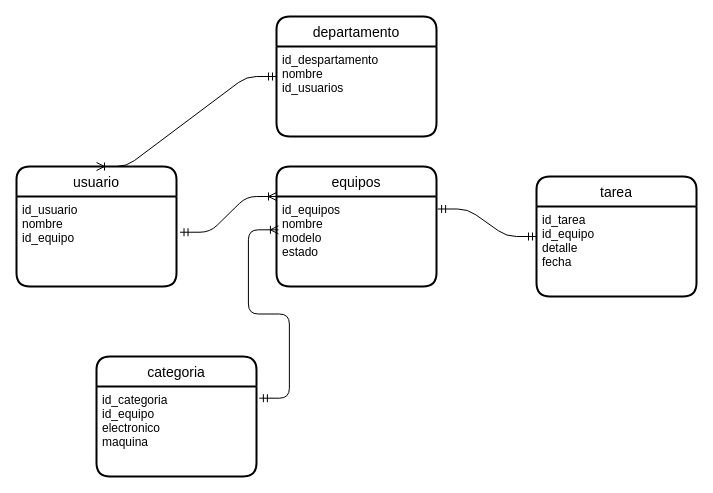
The draw.io diagram Proyecto/proyecto.drawio in alexyugcha1992/BDD_ayugcha, before the edit. Source tidied: cells renumbered, new cells numbered last; positions are measured from the earlier drawing's top-left corner, leaving out a move shared by most shapes. Both pictures are drawn from the tidied source at 100%, with x=0, y=0 at pixel (16, 16).
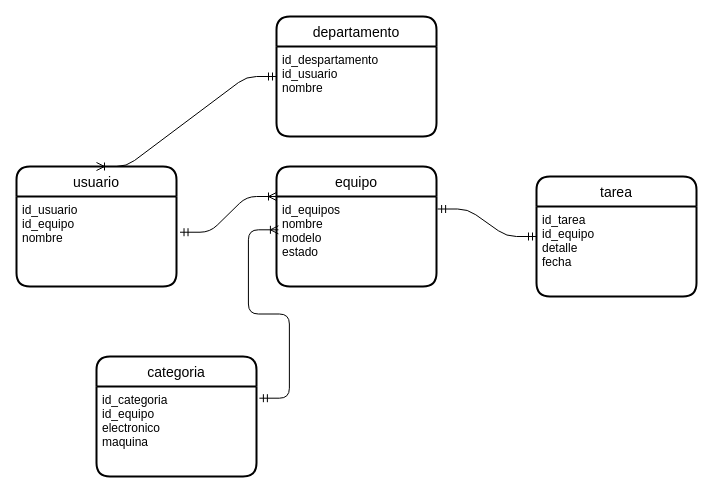
Above is the later version.

Commit message:
avance_proyecto

The edit, as a diff of the source:
```diff
@@
 <mxGraphModel>
   <root>
     <mxCell id="0" />
     <mxCell id="1" parent="0" />
     <mxCell id="2" value="departamento" style="swimlane;horizontal=1;startSize=30;rounded=1;fontSize=14;fontStyle=0;strokeWidth=2;shadow=0;dashed=0;align=center;" parent="1" vertex="1">
       <mxGeometry x="260" width="160" height="120" as="geometry" />
     </mxCell>
-    <mxCell id="3" value="id_despartamento&#10;nombre&#10;id_usuarios" style="align=left;strokeColor=none;fillColor=none;spacingLeft=4;fontSize=12;verticalAlign=top;" parent="2" vertex="1">
+    <mxCell id="3" value="id_despartamento&#10;id_usuario&#10;nombre" style="align=left;strokeColor=none;fillColor=none;spacingLeft=4;fontSize=12;verticalAlign=top;" parent="2" vertex="1">
       <mxGeometry y="30" width="160" height="90" as="geometry" />
     </mxCell>
-    <mxCell id="4" value="equipos" style="swimlane;horizontal=1;startSize=30;rounded=1;fontSize=14;fontStyle=0;strokeWidth=2;shadow=0;dashed=0;align=center;" parent="1" vertex="1">
+    <mxCell id="4" value="equipo" style="swimlane;horizontal=1;startSize=30;rounded=1;fontSize=14;fontStyle=0;strokeWidth=2;shadow=0;dashed=0;align=center;" parent="1" vertex="1">
       <mxGeometry x="260" y="150" width="160" height="120" as="geometry" />
     </mxCell>
     <mxCell id="5" value="id_equipos&#10;nombre&#10;modelo&#10;estado" style="align=left;strokeColor=none;fillColor=none;spacingLeft=4;fontSize=12;verticalAlign=top;" parent="4" vertex="1">
       <mxGeometry y="30" width="160" height="90" as="geometry" />
     </mxCell>
     <mxCell id="6" value="usuario" style="swimlane;horizontal=1;startSize=30;rounded=1;fontSize=14;fontStyle=0;strokeWidth=2;shadow=0;dashed=0;align=center;" parent="1" vertex="1">
       <mxGeometry y="150" width="160" height="120" as="geometry" />
     </mxCell>
-    <mxCell id="7" value="id_usuario&#10;nombre&#10;id_equipo" style="align=left;strokeColor=none;fillColor=none;spacingLeft=4;fontSize=12;verticalAlign=top;" parent="6" vertex="1">
+    <mxCell id="7" value="id_usuario&#10;id_equipo&#10;nombre" style="align=left;strokeColor=none;fillColor=none;spacingLeft=4;fontSize=12;verticalAlign=top;" parent="6" vertex="1">
       <mxGeometry y="30" width="160" height="90" as="geometry" />
     </mxCell>
     <mxCell id="8" value="tarea" style="swimlane;horizontal=1;startSize=30;rounded=1;fontSize=14;fontStyle=0;strokeWidth=2;shadow=0;dashed=0;align=center;" parent="1" vertex="1">
       <mxGeometry x="520" y="160" width="160" height="120" as="geometry" />
     </mxCell>
     <mxCell id="9" value="id_tarea&#10;id_equipo&#10;detalle&#10;fecha" style="align=left;strokeColor=none;fillColor=none;spacingLeft=4;fontSize=12;verticalAlign=top;" parent="8" vertex="1">
       <mxGeometry y="30" width="160" height="90" as="geometry" />
     </mxCell>
     <mxCell id="10" value="categoria" style="swimlane;horizontal=1;startSize=30;rounded=1;fontSize=14;fontStyle=0;strokeWidth=2;shadow=0;dashed=0;align=center;" parent="1" vertex="1">
       <mxGeometry x="80" y="340" width="160" height="120" as="geometry" />
     </mxCell>
     <mxCell id="11" value="id_categoria&#10;id_equipo&#10;electronico&#10;maquina&#10;" style="align=left;strokeColor=none;fillColor=none;spacingLeft=4;fontSize=12;verticalAlign=top;" parent="10" vertex="1">
       <mxGeometry y="30" width="160" height="90" as="geometry" />
     </mxCell>
     <mxCell id="12" style="edgeStyle=entityRelationEdgeStyle;fontSize=12;html=1;endArrow=ERmandOne;startArrow=ERmandOne;exitX=1.007;exitY=0.139;exitDx=0;exitDy=0;exitPerimeter=0;" parent="1" edge="1" source="5">
       <mxGeometry relative="1" as="geometry">
         <mxPoint x="520" y="220" as="targetPoint" />
       </mxGeometry>
     </mxCell>
     <mxCell id="13" style="edgeStyle=entityRelationEdgeStyle;fontSize=12;html=1;endArrow=ERoneToMany;startArrow=ERmandOne;entryX=0.012;entryY=0.37;entryDx=0;entryDy=0;exitX=1.018;exitY=0.13;exitDx=0;exitDy=0;exitPerimeter=0;entryPerimeter=0;" parent="1" edge="1" source="11" target="5">
       <mxGeometry relative="1" as="geometry" />
     </mxCell>
     <mxCell id="14" style="edgeStyle=entityRelationEdgeStyle;fontSize=12;html=1;endArrow=ERoneToMany;startArrow=ERmandOne;exitX=0;exitY=0.5;exitDx=0;exitDy=0;entryX=0.5;entryY=0;entryDx=0;entryDy=0;" parent="1" edge="1" source="2" target="6">
       <mxGeometry relative="1" as="geometry" />
     </mxCell>
     <mxCell id="15" style="edgeStyle=entityRelationEdgeStyle;fontSize=12;html=1;endArrow=ERoneToMany;startArrow=ERmandOne;entryX=0;entryY=0.25;entryDx=0;entryDy=0;exitX=1.022;exitY=0.397;exitDx=0;exitDy=0;exitPerimeter=0;" parent="1" edge="1" source="7" target="4">
       <mxGeometry relative="1" as="geometry" />
     </mxCell>
   </root>
 </mxGraphModel>
```
